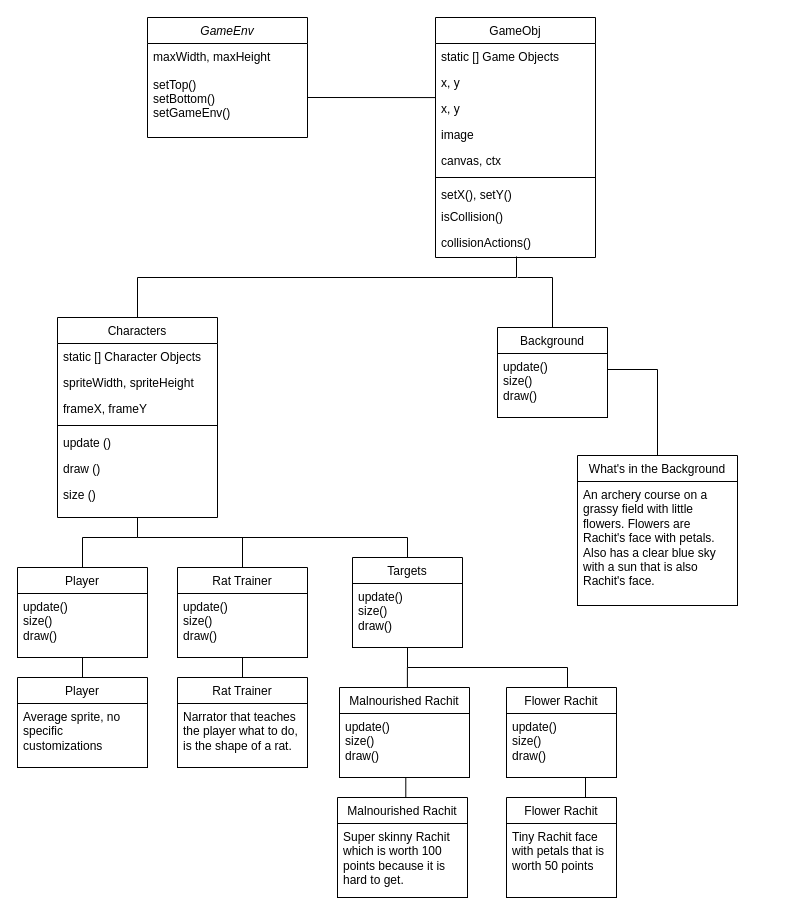
The draw.io diagram assets/js/adventureGame/Untitled Diagram.drawio in yasna459/yascoolblog, before the edit. Source tidied: cells renumbered, new cells numbered last; positions are measured from the earlier drawing's top-left corner, leaving out a move shared by most shapes. Both pictures are drawn from the tidied source at 100%, with x=0, y=0 at pixel (17, 17).
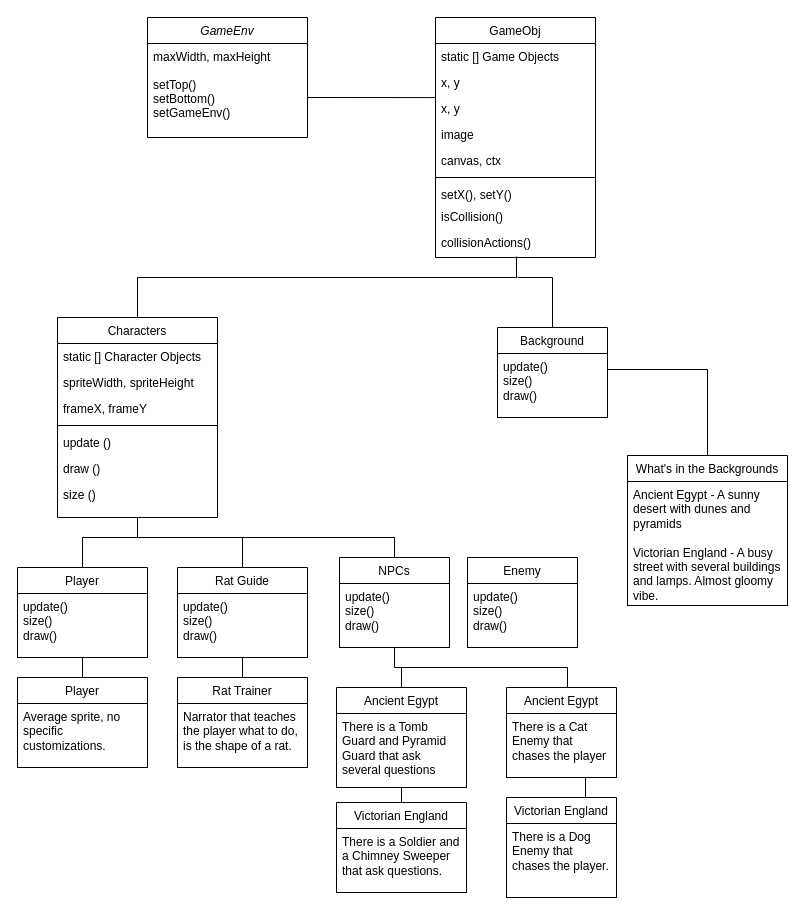
The same page after the edit.

The change refers to these unchanged cells:
```xml
<mxCell id="5" value="Characters" style="swimlane;fontStyle=0;align=center;verticalAlign=top;horizontal=1;startSize=26;rounded=0;shadow=0;strokeWidth=1;" parent="1" vertex="1">
  <mxGeometry x="40" y="300" width="160" height="200" as="geometry" />
</mxCell>
<mxCell id="14" value="update()&lt;div&gt;size()&lt;/div&gt;&lt;div&gt;draw()&lt;/div&gt;" style="rounded=0;whiteSpace=wrap;html=1;align=left;verticalAlign=top;spacingLeft=4;spacingRight=4;spacingBottom=1;fontFamily=Helvetica;fontSize=12;fontColor=default;fillColor=none;gradientColor=none;" parent="13" vertex="1">
  <mxGeometry y="26" width="110" height="64" as="geometry" />
</mxCell>
<mxCell id="33" value="update()&lt;div&gt;size()&lt;/div&gt;&lt;div&gt;draw()&lt;/div&gt;" style="rounded=0;whiteSpace=wrap;html=1;align=left;verticalAlign=top;spacingLeft=4;spacingRight=4;spacingBottom=1;fontFamily=Helvetica;fontSize=12;fontColor=default;fillColor=none;gradientColor=none;" parent="32" vertex="1">
  <mxGeometry y="26" width="110" height="64" as="geometry" />
</mxCell>
<mxCell id="53" value="Player" style="swimlane;fontStyle=0;align=center;verticalAlign=top;horizontal=1;startSize=26;rounded=0;shadow=0;strokeWidth=1;" parent="1" vertex="1">
  <mxGeometry y="660" width="130" height="90" as="geometry" />
</mxCell>
```

What changed in the source:
```diff
@@
-    <mxCell id="25" value="What's in the Background" style="swimlane;fontStyle=0;align=center;verticalAlign=top;horizontal=1;startSize=26;rounded=0;shadow=0;strokeWidth=1;" parent="1" vertex="1">
-      <mxGeometry x="560" y="438" width="160" height="150" as="geometry" />
+    <mxCell id="25" value="What's in the Backgrounds" style="swimlane;fontStyle=0;align=center;verticalAlign=top;horizontal=1;startSize=26;rounded=0;shadow=0;strokeWidth=1;" parent="1" vertex="1">
+      <mxGeometry x="610" y="438" width="160" height="150" as="geometry" />
     </mxCell>
-    <mxCell id="26" value="An archery course on a grassy field with little flowers. Flowers are Rachit's face with petals. Also has a clear blue sky with a sun that is also Rachit's face." style="rounded=0;whiteSpace=wrap;html=1;align=left;verticalAlign=top;spacingLeft=4;spacingRight=4;spacingBottom=1;fontFamily=Helvetica;fontSize=12;fontColor=default;fillColor=none;gradientColor=none;" parent="25" vertex="1">
+    <mxCell id="26" value="Ancient Egypt - A sunny desert with dunes and pyramids&lt;div&gt;&lt;br&gt;&lt;/div&gt;&lt;div&gt;Victorian England - A busy street with several buildings and lamps. Almost gloomy vibe.&lt;/div&gt;" style="rounded=0;whiteSpace=wrap;html=1;align=left;verticalAlign=top;spacingLeft=4;spacingRight=4;spacingBottom=1;fontFamily=Helvetica;fontSize=12;fontColor=default;fillColor=none;gradientColor=none;" parent="25" vertex="1">
       <mxGeometry y="26" width="160" height="124" as="geometry" />
     </mxCell>
@@
     <mxCell id="30" style="endArrow=none;html=1;rounded=0;fontFamily=Helvetica;fontSize=12;fontColor=default;entryX=1;entryY=0.25;entryDx=0;entryDy=0;exitX=0.5;exitY=0;exitDx=0;exitDy=0;" parent="1" edge="1" source="25" target="14">
       <mxGeometry relative="1" as="geometry">
         <Array as="points">
-          <mxPoint x="640" y="352" />
+          <mxPoint x="690" y="352" />
         </Array>
       </mxGeometry>
     </mxCell>
     <mxCell id="31" style="endArrow=none;html=1;rounded=0;fontFamily=Helvetica;fontSize=12;fontColor=default;entryX=0.5;entryY=1;entryDx=0;entryDy=0;exitX=0.5;exitY=0;exitDx=0;exitDy=0;" parent="1" edge="1" source="32" target="5">
       <mxGeometry relative="1" as="geometry">
         <Array as="points">
-          <mxPoint x="390" y="520" />
+          <mxPoint x="377" y="520" />
           <mxPoint x="120" y="520" />
         </Array>
       </mxGeometry>
     </mxCell>
-    <mxCell id="32" value="Targets" style="swimlane;fontStyle=0;align=center;verticalAlign=top;horizontal=1;startSize=26;rounded=0;shadow=0;strokeWidth=1;" parent="1" vertex="1">
-      <mxGeometry x="335" y="540" width="110" height="90" as="geometry" />
+    <mxCell id="32" value="NPCs" style="swimlane;fontStyle=0;align=center;verticalAlign=top;horizontal=1;startSize=26;rounded=0;shadow=0;strokeWidth=1;" parent="1" vertex="1">
+      <mxGeometry x="322" y="540" width="110" height="90" as="geometry" />
     </mxCell>
@@
-    <mxCell id="34" value="Flower Rachit" style="swimlane;fontStyle=0;align=center;verticalAlign=top;horizontal=1;startSize=26;rounded=0;shadow=0;strokeWidth=1;" parent="1" vertex="1">
+    <mxCell id="34" value="Ancient Egypt" style="swimlane;fontStyle=0;align=center;verticalAlign=top;horizontal=1;startSize=26;rounded=0;shadow=0;strokeWidth=1;" parent="1" vertex="1">
       <mxGeometry x="489" y="670" width="110" height="90" as="geometry" />
     </mxCell>
-    <mxCell id="35" value="update()&lt;div&gt;size()&lt;/div&gt;&lt;div&gt;draw()&lt;/div&gt;" style="rounded=0;whiteSpace=wrap;html=1;align=left;verticalAlign=top;spacingLeft=4;spacingRight=4;spacingBottom=1;fontFamily=Helvetica;fontSize=12;fontColor=default;fillColor=none;gradientColor=none;" parent="34" vertex="1">
+    <mxCell id="35" value="There is a Cat Enemy that chases the player" style="rounded=0;whiteSpace=wrap;html=1;align=left;verticalAlign=top;spacingLeft=4;spacingRight=4;spacingBottom=1;fontFamily=Helvetica;fontSize=12;fontColor=default;fillColor=none;gradientColor=none;" parent="34" vertex="1">
       <mxGeometry y="26" width="110" height="64" as="geometry" />
     </mxCell>
-    <mxCell id="36" value="Malnourished Rachit" style="swimlane;fontStyle=0;align=center;verticalAlign=top;horizontal=1;startSize=26;rounded=0;shadow=0;strokeWidth=1;" parent="1" vertex="1">
-      <mxGeometry x="322" y="670" width="130" height="90" as="geometry" />
+    <mxCell id="36" value="Ancient Egypt" style="swimlane;fontStyle=0;align=center;verticalAlign=top;horizontal=1;startSize=26;rounded=0;shadow=0;strokeWidth=1;" parent="1" vertex="1">
+      <mxGeometry x="319" y="670" width="130" height="100" as="geometry" />
     </mxCell>
-    <mxCell id="37" value="update()&lt;div&gt;size()&lt;/div&gt;&lt;div&gt;draw()&lt;/div&gt;" style="rounded=0;whiteSpace=wrap;html=1;align=left;verticalAlign=top;spacingLeft=4;spacingRight=4;spacingBottom=1;fontFamily=Helvetica;fontSize=12;fontColor=default;fillColor=none;gradientColor=none;" parent="36" vertex="1">
-      <mxGeometry y="26" width="130" height="64" as="geometry" />
+    <mxCell id="37" value="There is a Tomb Guard and Pyramid Guard that ask several questions" style="rounded=0;whiteSpace=wrap;html=1;align=left;verticalAlign=top;spacingLeft=4;spacingRight=4;spacingBottom=1;fontFamily=Helvetica;fontSize=12;fontColor=default;fillColor=none;gradientColor=none;" parent="36" vertex="1">
+      <mxGeometry y="26" width="130" height="74" as="geometry" />
     </mxCell>
     <mxCell id="38" style="endArrow=none;html=1;rounded=0;fontFamily=Helvetica;fontSize=12;fontColor=default;entryX=0.5;entryY=1;entryDx=0;entryDy=0;" parent="1" edge="1" target="33">
       <mxGeometry relative="1" as="geometry">
         <mxPoint x="550" y="650" as="sourcePoint" />
         <Array as="points">
-          <mxPoint x="390" y="650" />
+          <mxPoint x="377" y="650" />
         </Array>
       </mxGeometry>
     </mxCell>
-    <mxCell id="39" style="endArrow=none;html=1;rounded=0;fontFamily=Helvetica;fontSize=12;fontColor=default;exitX=0.5;exitY=0;exitDx=0;exitDy=0;" parent="1" edge="1">
-      <mxGeometry relative="1" as="geometry">
-        <mxPoint x="389.9" y="670" as="sourcePoint" />
-        <mxPoint x="389.9" y="650" as="targetPoint" />
-      </mxGeometry>
-    </mxCell>
@@
-    <mxCell id="41" value="Malnourished Rachit" style="swimlane;fontStyle=0;align=center;verticalAlign=top;horizontal=1;startSize=26;rounded=0;shadow=0;strokeWidth=1;" parent="1" vertex="1">
-      <mxGeometry x="320" y="780" width="130" height="100" as="geometry" />
-    </mxCell>
-    <mxCell id="42" value="Super skinny Rachit which is worth 100 points because it is hard to get." style="rounded=0;whiteSpace=wrap;html=1;align=left;verticalAlign=top;spacingLeft=4;spacingRight=4;spacingBottom=1;fontFamily=Helvetica;fontSize=12;fontColor=default;fillColor=none;gradientColor=none;" parent="41" vertex="1">
-      <mxGeometry y="26" width="130" height="74" as="geometry" />
-    </mxCell>
-    <mxCell id="43" style="endArrow=none;html=1;rounded=0;fontFamily=Helvetica;fontSize=12;fontColor=default;exitX=0.5;exitY=0;exitDx=0;exitDy=0;" parent="1" edge="1">
-      <mxGeometry relative="1" as="geometry">
-        <mxPoint x="388.3" y="780" as="sourcePoint" />
-        <mxPoint x="388.3" y="760" as="targetPoint" />
-      </mxGeometry>
-    </mxCell>
-    <mxCell id="44" value="Flower Rachit" style="swimlane;fontStyle=0;align=center;verticalAlign=top;horizontal=1;startSize=26;rounded=0;shadow=0;strokeWidth=1;" parent="1" vertex="1">
+    <mxCell id="44" value="Victorian England" style="swimlane;fontStyle=0;align=center;verticalAlign=top;horizontal=1;startSize=26;rounded=0;shadow=0;strokeWidth=1;" parent="1" vertex="1">
       <mxGeometry x="489" y="780" width="110" height="100" as="geometry" />
     </mxCell>
-    <mxCell id="45" value="Tiny Rachit face with petals that is worth 50 points" style="rounded=0;whiteSpace=wrap;html=1;align=left;verticalAlign=top;spacingLeft=4;spacingRight=4;spacingBottom=1;fontFamily=Helvetica;fontSize=12;fontColor=default;fillColor=none;gradientColor=none;" parent="44" vertex="1">
+    <mxCell id="45" value="There is a Dog Enemy that chases the player." style="rounded=0;whiteSpace=wrap;html=1;align=left;verticalAlign=top;spacingLeft=4;spacingRight=4;spacingBottom=1;fontFamily=Helvetica;fontSize=12;fontColor=default;fillColor=none;gradientColor=none;" parent="44" vertex="1">
       <mxGeometry y="26" width="110" height="74" as="geometry" />
     </mxCell>
@@
-    <mxCell id="49" value="Rat Trainer" style="swimlane;fontStyle=0;align=center;verticalAlign=top;horizontal=1;startSize=26;rounded=0;shadow=0;strokeWidth=1;" parent="1" vertex="1">
+    <mxCell id="49" value="Rat Guide" style="swimlane;fontStyle=0;align=center;verticalAlign=top;horizontal=1;startSize=26;rounded=0;shadow=0;strokeWidth=1;" parent="1" vertex="1">
       <mxGeometry x="160" y="550" width="130" height="90" as="geometry" />
     </mxCell>
@@
-    <mxCell id="54" value="Average sprite, no specific customizations" style="rounded=0;whiteSpace=wrap;html=1;align=left;verticalAlign=top;spacingLeft=4;spacingRight=4;spacingBottom=1;fontFamily=Helvetica;fontSize=12;fontColor=default;fillColor=none;gradientColor=none;" parent="53" vertex="1">
+    <mxCell id="54" value="Average sprite, no specific customizations." style="rounded=0;whiteSpace=wrap;html=1;align=left;verticalAlign=top;spacingLeft=4;spacingRight=4;spacingBottom=1;fontFamily=Helvetica;fontSize=12;fontColor=default;fillColor=none;gradientColor=none;" parent="53" vertex="1">
       <mxGeometry y="26" width="130" height="64" as="geometry" />
     </mxCell>
@@
+    <mxCell id="59" value="Enemy" style="swimlane;fontStyle=0;align=center;verticalAlign=top;horizontal=1;startSize=26;rounded=0;shadow=0;strokeWidth=1;" parent="1" vertex="1">
+      <mxGeometry x="450" y="540" width="110" height="90" as="geometry" />
+    </mxCell>
+    <mxCell id="60" value="update()&lt;div&gt;size()&lt;/div&gt;&lt;div&gt;draw()&lt;/div&gt;" style="rounded=0;whiteSpace=wrap;html=1;align=left;verticalAlign=top;spacingLeft=4;spacingRight=4;spacingBottom=1;fontFamily=Helvetica;fontSize=12;fontColor=default;fillColor=none;gradientColor=none;" parent="59" vertex="1">
+      <mxGeometry y="26" width="110" height="64" as="geometry" />
+    </mxCell>
+    <mxCell id="61" value="Victorian England" style="swimlane;fontStyle=0;align=center;verticalAlign=top;horizontal=1;startSize=26;rounded=0;shadow=0;strokeWidth=1;" parent="1" vertex="1">
+      <mxGeometry x="319" y="785" width="130" height="90" as="geometry" />
+    </mxCell>
+    <mxCell id="62" value="There is a Soldier and a Chimney Sweeper that ask questions." style="rounded=0;whiteSpace=wrap;html=1;align=left;verticalAlign=top;spacingLeft=4;spacingRight=4;spacingBottom=1;fontFamily=Helvetica;fontSize=12;fontColor=default;fillColor=none;gradientColor=none;" parent="61" vertex="1">
+      <mxGeometry y="26" width="130" height="64" as="geometry" />
+    </mxCell>
+    <mxCell id="63" style="endArrow=none;html=1;rounded=0;fontFamily=Helvetica;fontSize=12;fontColor=default;exitX=0.5;exitY=0;exitDx=0;exitDy=0;entryX=0.5;entryY=1;entryDx=0;entryDy=0;" parent="1" edge="1" source="61" target="37">
+      <mxGeometry relative="1" as="geometry" />
+    </mxCell>
+    <mxCell id="64" style="endArrow=none;html=1;rounded=0;fontFamily=Helvetica;fontSize=12;fontColor=default;entryX=0.5;entryY=0;entryDx=0;entryDy=0;" parent="1" edge="1" target="36">
+      <mxGeometry relative="1" as="geometry">
+        <mxPoint x="384" y="650" as="sourcePoint" />
+      </mxGeometry>
+    </mxCell>
```
